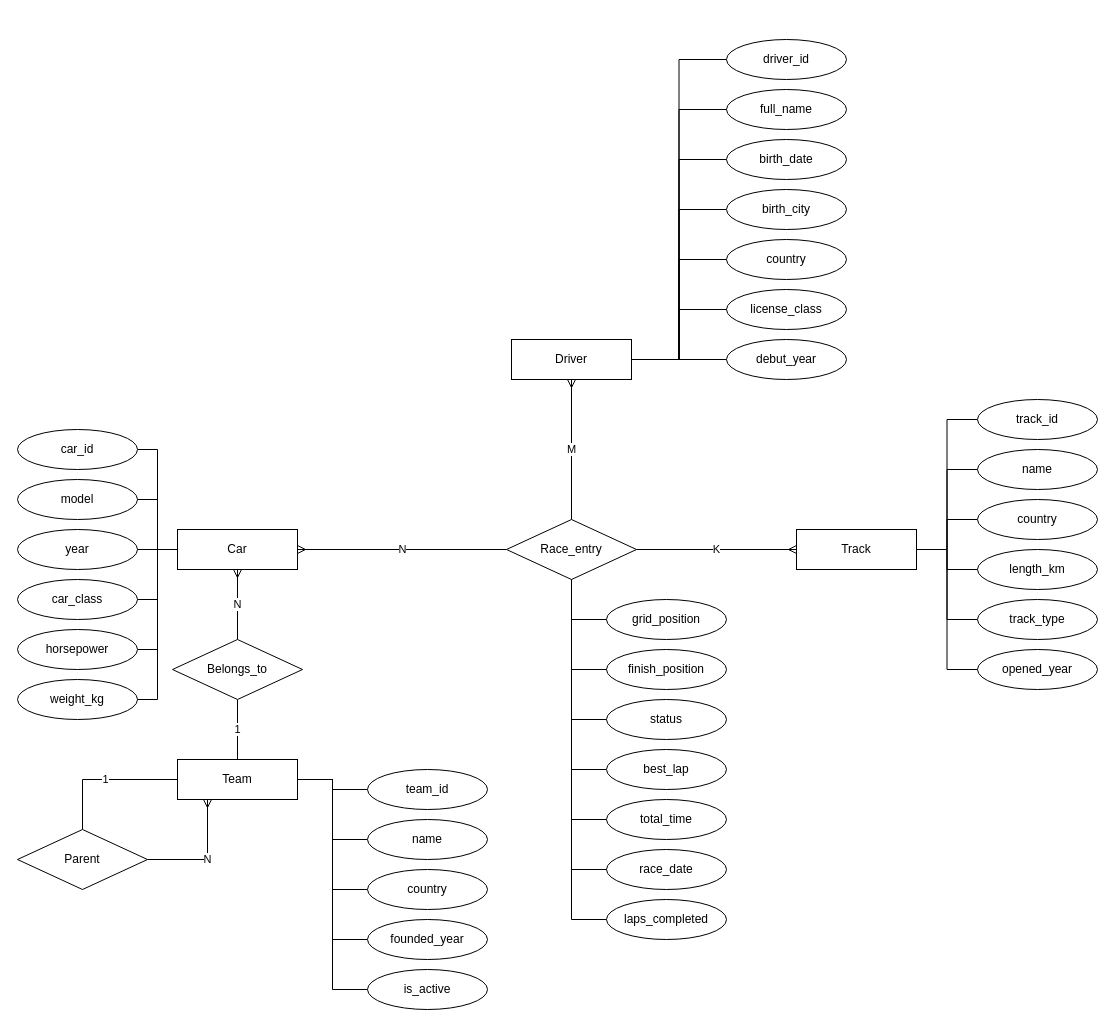
This is racing-erd.drawio from swilldi/bmstu-sem5-database, a draw.io file, before an edit. Source tidied: cells renumbered, new cells numbered last; positions are measured from the earlier drawing's top-left corner, leaving out a move shared by most shapes. Both pictures are drawn from the tidied source at 100%, with x=0, y=0 at pixel (17, 39).
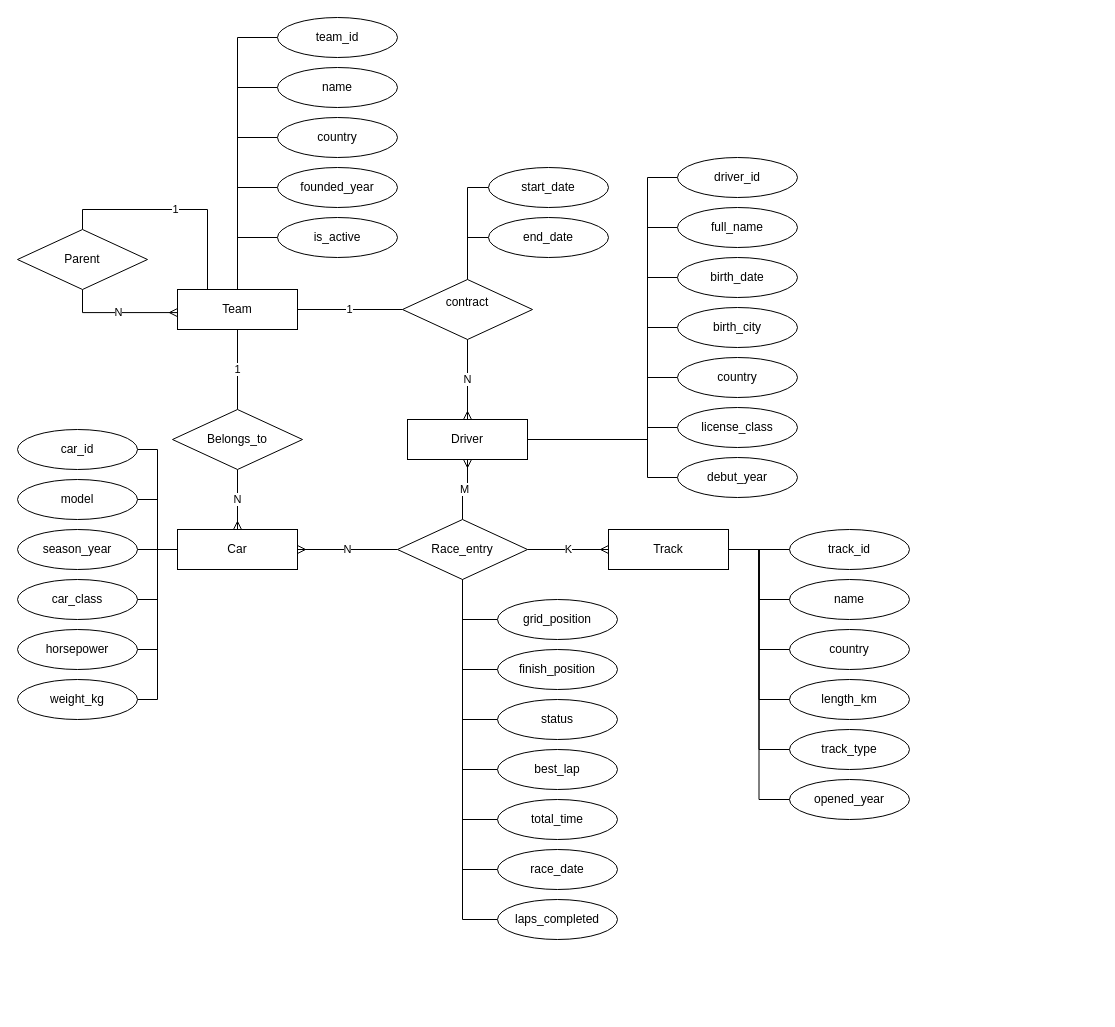
The same diagram, later.

The change refers to these unchanged cells:
```xml
<mxCell id="39" value="Car" style="rounded=0;whiteSpace=wrap;html=1;" parent="1" vertex="1">
  <mxGeometry x="160" y="490" width="120" height="40" as="geometry" />
</mxCell>
```

Change to the diagram source:
```diff
@@
-    <mxCell id="5" value="N" style="edgeStyle=orthogonalEdgeStyle;rounded=0;jettySize=auto;html=1;entryX=0.5;entryY=0;entryDx=0;entryDy=0;endArrow=none;endFill=0;startArrow=ERmany;startFill=0;labelBackgroundColor=default;" parent="1" edge="1" source="39" target="45">
+    <mxCell id="5" value="N" style="edgeStyle=orthogonalEdgeStyle;rounded=0;jettySize=auto;html=1;exitX=0.5;exitY=0;exitDx=0;exitDy=0;entryX=0.5;entryY=1;entryDx=0;entryDy=0;endArrow=none;endFill=0;startArrow=ERmany;startFill=0;labelBackgroundColor=default;" parent="1" edge="1" source="39" target="45">
       <mxGeometry relative="1" as="geometry" />
     </mxCell>
-    <mxCell id="6" value="1" style="edgeStyle=orthogonalEdgeStyle;rounded=0;jettySize=auto;html=1;entryX=0.5;entryY=0;entryDx=0;entryDy=0;endArrow=none;endFill=0;labelBackgroundColor=default;" parent="1" edge="1" source="45" target="41">
+    <mxCell id="6" value="1" style="edgeStyle=orthogonalEdgeStyle;rounded=0;jettySize=auto;html=1;exitX=0.5;exitY=0;exitDx=0;exitDy=0;entryX=0.5;entryY=1;entryDx=0;entryDy=0;endArrow=none;endFill=0;labelBackgroundColor=default;" parent="1" edge="1" source="45" target="41">
       <mxGeometry relative="1" as="geometry" />
     </mxCell>
-    <mxCell id="7" value="N" style="edgeStyle=orthogonalEdgeStyle;rounded=0;jettySize=auto;html=1;exitX=0.25;exitY=1;exitDx=0;exitDy=0;entryX=1;entryY=0.5;entryDx=0;entryDy=0;endArrow=none;endFill=0;startArrow=ERmany;startFill=0;labelBackgroundColor=default;" parent="1" edge="1" source="41" target="46">
+    <mxCell id="7" value="N" style="edgeStyle=orthogonalEdgeStyle;rounded=0;jettySize=auto;html=1;exitX=-0.001;exitY=0.577;exitDx=0;exitDy=0;entryX=0.5;entryY=1;entryDx=0;entryDy=0;endArrow=none;endFill=0;startArrow=ERmany;startFill=0;labelBackgroundColor=default;exitPerimeter=0;" parent="1" edge="1" source="41" target="46">
       <mxGeometry relative="1" as="geometry" />
     </mxCell>
-    <mxCell id="8" value="1" style="edgeStyle=orthogonalEdgeStyle;rounded=0;jettySize=auto;html=1;exitX=0.5;exitY=0;exitDx=0;exitDy=0;entryX=0;entryY=0.5;entryDx=0;entryDy=0;endArrow=none;endFill=0;labelBackgroundColor=default;" parent="1" edge="1" source="46" target="41">
+    <mxCell id="8" value="1" style="edgeStyle=orthogonalEdgeStyle;rounded=0;jettySize=auto;html=1;exitX=0.5;exitY=0;exitDx=0;exitDy=0;entryX=0.25;entryY=0;entryDx=0;entryDy=0;endArrow=none;endFill=0;labelBackgroundColor=default;" parent="1" edge="1" source="46" target="41">
       <mxGeometry relative="1" as="geometry" />
     </mxCell>
     <mxCell id="9" style="edgeStyle=orthogonalEdgeStyle;rounded=0;jettySize=auto;html=1;entryX=0;entryY=0.5;entryDx=0;entryDy=0;endArrow=none;endFill=0;" parent="1" edge="1" source="38" target="47">
-      <mxGeometry relative="1" as="geometry" />
+      <mxGeometry relative="1" as="geometry">
+        <Array as="points">
+          <mxPoint x="630" y="400" />
+          <mxPoint x="630" y="138" />
+        </Array>
+      </mxGeometry>
     </mxCell>
     <mxCell id="10" style="edgeStyle=orthogonalEdgeStyle;rounded=0;jettySize=auto;html=1;entryX=0;entryY=0.5;entryDx=0;entryDy=0;endArrow=none;endFill=0;" parent="1" edge="1" source="38" target="48">
-      <mxGeometry relative="1" as="geometry" />
+      <mxGeometry relative="1" as="geometry">
+        <Array as="points">
+          <mxPoint x="630" y="400" />
+          <mxPoint x="630" y="188" />
+        </Array>
+      </mxGeometry>
     </mxCell>
     <mxCell id="11" style="edgeStyle=orthogonalEdgeStyle;rounded=0;jettySize=auto;html=1;entryX=0;entryY=0.5;entryDx=0;entryDy=0;endArrow=none;endFill=0;" parent="1" edge="1" source="38" target="49">
-      <mxGeometry relative="1" as="geometry" />
+      <mxGeometry relative="1" as="geometry">
+        <Array as="points">
+          <mxPoint x="630" y="400" />
+          <mxPoint x="630" y="238" />
+        </Array>
+      </mxGeometry>
     </mxCell>
     <mxCell id="12" style="edgeStyle=orthogonalEdgeStyle;rounded=0;jettySize=auto;html=1;entryX=0;entryY=0.5;entryDx=0;entryDy=0;endArrow=none;endFill=0;" parent="1" edge="1" source="38" target="50">
-      <mxGeometry relative="1" as="geometry" />
+      <mxGeometry relative="1" as="geometry">
+        <Array as="points">
+          <mxPoint x="630" y="400" />
+          <mxPoint x="630" y="288" />
+        </Array>
+      </mxGeometry>
     </mxCell>
     <mxCell id="13" style="edgeStyle=orthogonalEdgeStyle;rounded=0;jettySize=auto;html=1;entryX=0;entryY=0.5;entryDx=0;entryDy=0;endArrow=none;endFill=0;" parent="1" edge="1" source="38" target="51">
-      <mxGeometry relative="1" as="geometry" />
+      <mxGeometry relative="1" as="geometry">
+        <Array as="points">
+          <mxPoint x="630" y="400" />
+          <mxPoint x="630" y="338" />
+        </Array>
+      </mxGeometry>
     </mxCell>
     <mxCell id="14" style="edgeStyle=orthogonalEdgeStyle;rounded=0;jettySize=auto;html=1;entryX=0;entryY=0.5;entryDx=0;entryDy=0;endArrow=none;endFill=0;" parent="1" edge="1" source="38" target="52">
-      <mxGeometry relative="1" as="geometry" />
+      <mxGeometry relative="1" as="geometry">
+        <Array as="points">
+          <mxPoint x="630" y="400" />
+          <mxPoint x="630" y="388" />
+        </Array>
+      </mxGeometry>
     </mxCell>
     <mxCell id="15" style="edgeStyle=orthogonalEdgeStyle;rounded=0;jettySize=auto;html=1;entryX=0;entryY=0.5;entryDx=0;entryDy=0;endArrow=none;endFill=0;" parent="1" edge="1" source="38" target="53">
-      <mxGeometry relative="1" as="geometry" />
+      <mxGeometry relative="1" as="geometry">
+        <Array as="points">
+          <mxPoint x="630" y="400" />
+          <mxPoint x="630" y="438" />
+        </Array>
+      </mxGeometry>
     </mxCell>
@@
-    <mxCell id="28" style="edgeStyle=orthogonalEdgeStyle;rounded=0;jettySize=auto;html=1;entryX=0;entryY=0.5;entryDx=0;entryDy=0;endArrow=none;endFill=0;" parent="1" edge="1" source="41" target="66">
+    <mxCell id="28" style="edgeStyle=orthogonalEdgeStyle;rounded=0;jettySize=auto;html=1;exitX=0.5;exitY=0;exitDx=0;exitDy=0;entryX=0;entryY=0.5;entryDx=0;entryDy=0;endArrow=none;endFill=0;" parent="1" edge="1" source="41" target="66">
       <mxGeometry relative="1" as="geometry" />
     </mxCell>
-    <mxCell id="29" style="edgeStyle=orthogonalEdgeStyle;rounded=0;jettySize=auto;html=1;entryX=0;entryY=0.5;entryDx=0;entryDy=0;endArrow=none;endFill=0;" parent="1" edge="1" source="41" target="67">
+    <mxCell id="29" style="edgeStyle=orthogonalEdgeStyle;rounded=0;jettySize=auto;html=1;exitX=0.5;exitY=0;exitDx=0;exitDy=0;entryX=0;entryY=0.5;entryDx=0;entryDy=0;endArrow=none;endFill=0;" parent="1" edge="1" source="41" target="67">
       <mxGeometry relative="1" as="geometry" />
     </mxCell>
-    <mxCell id="30" style="edgeStyle=orthogonalEdgeStyle;rounded=0;jettySize=auto;html=1;entryX=0;entryY=0.5;entryDx=0;entryDy=0;endArrow=none;endFill=0;" parent="1" edge="1" source="41" target="68">
+    <mxCell id="30" style="edgeStyle=orthogonalEdgeStyle;rounded=0;jettySize=auto;html=1;exitX=0.5;exitY=0;exitDx=0;exitDy=0;entryX=0;entryY=0.5;entryDx=0;entryDy=0;endArrow=none;endFill=0;" parent="1" edge="1" source="41" target="68">
       <mxGeometry relative="1" as="geometry" />
     </mxCell>
-    <mxCell id="31" style="edgeStyle=orthogonalEdgeStyle;rounded=0;jettySize=auto;html=1;entryX=0;entryY=0.5;entryDx=0;entryDy=0;endArrow=none;endFill=0;" parent="1" edge="1" source="41" target="69">
+    <mxCell id="31" style="edgeStyle=orthogonalEdgeStyle;rounded=0;jettySize=auto;html=1;exitX=0.5;exitY=0;exitDx=0;exitDy=0;entryX=0;entryY=0.5;entryDx=0;entryDy=0;endArrow=none;endFill=0;" parent="1" edge="1" source="41" target="69">
       <mxGeometry relative="1" as="geometry" />
     </mxCell>
-    <mxCell id="32" style="edgeStyle=orthogonalEdgeStyle;rounded=0;jettySize=auto;html=1;entryX=0;entryY=0.5;entryDx=0;entryDy=0;endArrow=none;endFill=0;" parent="1" edge="1" source="41" target="70">
+    <mxCell id="32" style="edgeStyle=orthogonalEdgeStyle;rounded=0;jettySize=auto;html=1;exitX=0.5;exitY=0;exitDx=0;exitDy=0;entryX=0;entryY=0.5;entryDx=0;entryDy=0;endArrow=none;endFill=0;" parent="1" edge="1" source="41" target="70">
       <mxGeometry relative="1" as="geometry" />
     </mxCell>
     <mxCell id="33" style="edgeStyle=orthogonalEdgeStyle;rounded=0;jettySize=auto;html=1;entryX=0;entryY=0.5;entryDx=0;entryDy=0;endArrow=none;endFill=0;exitX=0.5;exitY=1;exitDx=0;exitDy=0;" parent="1" edge="1" source="44" target="73">
       <mxGeometry relative="1" as="geometry">
         <Array as="points">
-          <mxPoint x="554" y="580" />
+          <mxPoint x="445" y="580" />
         </Array>
       </mxGeometry>
     </mxCell>
     <mxCell id="34" style="edgeStyle=orthogonalEdgeStyle;rounded=0;jettySize=auto;html=1;entryX=0;entryY=0.5;entryDx=0;entryDy=0;endArrow=none;endFill=0;exitX=0.5;exitY=1;exitDx=0;exitDy=0;" parent="1" edge="1" source="44" target="74">
       <mxGeometry relative="1" as="geometry">
         <Array as="points">
-          <mxPoint x="554" y="630" />
+          <mxPoint x="445" y="630" />
         </Array>
       </mxGeometry>
     </mxCell>
     <mxCell id="35" style="edgeStyle=orthogonalEdgeStyle;rounded=0;jettySize=auto;html=1;entryX=0;entryY=0.5;entryDx=0;entryDy=0;endArrow=none;endFill=0;exitX=0.5;exitY=1;exitDx=0;exitDy=0;" parent="1" edge="1" source="44" target="75">
       <mxGeometry relative="1" as="geometry">
         <Array as="points">
-          <mxPoint x="554" y="680" />
+          <mxPoint x="445" y="680" />
         </Array>
       </mxGeometry>
     </mxCell>
     <mxCell id="36" style="edgeStyle=orthogonalEdgeStyle;rounded=0;jettySize=auto;html=1;entryX=0;entryY=0.5;entryDx=0;entryDy=0;endArrow=none;endFill=0;exitX=0.5;exitY=1;exitDx=0;exitDy=0;" parent="1" edge="1" source="44" target="76">
       <mxGeometry relative="1" as="geometry">
         <Array as="points">
-          <mxPoint x="554" y="730" />
+          <mxPoint x="445" y="730" />
         </Array>
       </mxGeometry>
     </mxCell>
     <mxCell id="37" style="edgeStyle=orthogonalEdgeStyle;rounded=0;jettySize=auto;html=1;entryX=0;entryY=0.5;entryDx=0;entryDy=0;endArrow=none;endFill=0;" parent="1" edge="1" source="44" target="77">
       <mxGeometry relative="1" as="geometry">
         <Array as="points">
-          <mxPoint x="554" y="780" />
+          <mxPoint x="445" y="780" />
         </Array>
       </mxGeometry>
     </mxCell>
     <mxCell id="38" value="Driver" style="rounded=0;whiteSpace=wrap;html=1;" parent="1" vertex="1">
-      <mxGeometry x="494" y="300" width="120" height="40" as="geometry" />
+      <mxGeometry x="390" y="380" width="120" height="40" as="geometry" />
     </mxCell>
@@
     <mxCell id="40" value="Track" style="rounded=0;whiteSpace=wrap;html=1;" parent="1" vertex="1">
-      <mxGeometry x="779" y="490" width="120" height="40" as="geometry" />
+      <mxGeometry x="591" y="490" width="120" height="40" as="geometry" />
     </mxCell>
     <mxCell id="41" value="Team" style="rounded=0;whiteSpace=wrap;html=1;" parent="1" vertex="1">
-      <mxGeometry x="160" y="720" width="120" height="40" as="geometry" />
+      <mxGeometry x="160" y="250" width="120" height="40" as="geometry" />
     </mxCell>
@@
     <mxCell id="44" value="&lt;div&gt;Race_entry&lt;/div&gt;" style="rhombus;whiteSpace=wrap;html=1;shapeInside=1;" parent="1" vertex="1">
-      <mxGeometry x="489" y="480" width="130" height="60" as="geometry" />
+      <mxGeometry x="380" y="480" width="130" height="60" as="geometry" />
     </mxCell>
     <mxCell id="45" value="&lt;div&gt;Belongs_to&lt;/div&gt;" style="rhombus;whiteSpace=wrap;html=1;shapeInside=1;" parent="1" vertex="1">
-      <mxGeometry x="155" y="600" width="130" height="60" as="geometry" />
+      <mxGeometry x="155" y="370" width="130" height="60" as="geometry" />
     </mxCell>
     <mxCell id="46" value="&lt;div&gt;Parent&lt;/div&gt;" style="rhombus;whiteSpace=wrap;html=1;shapeInside=1;" parent="1" vertex="1">
-      <mxGeometry y="790" width="130" height="60" as="geometry" />
+      <mxGeometry y="190" width="130" height="60" as="geometry" />
     </mxCell>
     <mxCell id="47" value="driver_id" style="ellipse;whiteSpace=wrap;html=1;shapeInside=1;rounded=0;" parent="1" vertex="1">
-      <mxGeometry x="709" width="120" height="40" as="geometry" />
+      <mxGeometry x="660" y="118" width="120" height="40" as="geometry" />
     </mxCell>
     <mxCell id="48" value="full_name" style="ellipse;whiteSpace=wrap;html=1;shapeInside=1;rounded=0;" parent="1" vertex="1">
-      <mxGeometry x="709" y="50" width="120" height="40" as="geometry" />
+      <mxGeometry x="660" y="168" width="120" height="40" as="geometry" />
     </mxCell>
     <mxCell id="49" value="birth_date" style="ellipse;whiteSpace=wrap;html=1;shapeInside=1;rounded=0;" parent="1" vertex="1">
-      <mxGeometry x="709" y="100" width="120" height="40" as="geometry" />
+      <mxGeometry x="660" y="218" width="120" height="40" as="geometry" />
     </mxCell>
     <mxCell id="50" value="birth_city" style="ellipse;whiteSpace=wrap;html=1;shapeInside=1;rounded=0;" parent="1" vertex="1">
-      <mxGeometry x="709" y="150" width="120" height="40" as="geometry" />
+      <mxGeometry x="660" y="268" width="120" height="40" as="geometry" />
     </mxCell>
     <mxCell id="51" value="country" style="ellipse;whiteSpace=wrap;html=1;shapeInside=1;rounded=0;" parent="1" vertex="1">
-      <mxGeometry x="709" y="200" width="120" height="40" as="geometry" />
+      <mxGeometry x="660" y="318" width="120" height="40" as="geometry" />
     </mxCell>
     <mxCell id="52" value="license_class" style="ellipse;whiteSpace=wrap;html=1;shapeInside=1;rounded=0;" parent="1" vertex="1">
-      <mxGeometry x="709" y="250" width="120" height="40" as="geometry" />
+      <mxGeometry x="660" y="368" width="120" height="40" as="geometry" />
     </mxCell>
     <mxCell id="53" value="debut_year" style="ellipse;whiteSpace=wrap;html=1;shapeInside=1;rounded=0;" parent="1" vertex="1">
-      <mxGeometry x="709" y="300" width="120" height="40" as="geometry" />
+      <mxGeometry x="660" y="418" width="120" height="40" as="geometry" />
     </mxCell>
@@
-    <mxCell id="56" value="year" style="ellipse;whiteSpace=wrap;html=1;shapeInside=1;rounded=0;" parent="1" vertex="1">
+    <mxCell id="56" value="season_year" style="ellipse;whiteSpace=wrap;html=1;shapeInside=1;rounded=0;" parent="1" vertex="1">
       <mxGeometry y="490" width="120" height="40" as="geometry" />
     </mxCell>
@@
     <mxCell id="60" value="track_id" style="ellipse;whiteSpace=wrap;html=1;shapeInside=1;rounded=0;" parent="1" vertex="1">
-      <mxGeometry x="960" y="360" width="120" height="40" as="geometry" />
+      <mxGeometry x="772" y="490" width="120" height="40" as="geometry" />
     </mxCell>
     <mxCell id="61" value="name" style="ellipse;whiteSpace=wrap;html=1;shapeInside=1;rounded=0;" parent="1" vertex="1">
-      <mxGeometry x="960" y="410" width="120" height="40" as="geometry" />
+      <mxGeometry x="772" y="540" width="120" height="40" as="geometry" />
     </mxCell>
     <mxCell id="62" value="country" style="ellipse;whiteSpace=wrap;html=1;shapeInside=1;rounded=0;" parent="1" vertex="1">
-      <mxGeometry x="960" y="460" width="120" height="40" as="geometry" />
+      <mxGeometry x="772" y="590" width="120" height="40" as="geometry" />
     </mxCell>
     <mxCell id="63" value="length_km" style="ellipse;whiteSpace=wrap;html=1;shapeInside=1;rounded=0;" parent="1" vertex="1">
-      <mxGeometry x="960" y="510" width="120" height="40" as="geometry" />
+      <mxGeometry x="772" y="640" width="120" height="40" as="geometry" />
     </mxCell>
     <mxCell id="64" value="track_type" style="ellipse;whiteSpace=wrap;html=1;shapeInside=1;rounded=0;" parent="1" vertex="1">
-      <mxGeometry x="960" y="560" width="120" height="40" as="geometry" />
+      <mxGeometry x="772" y="690" width="120" height="40" as="geometry" />
     </mxCell>
     <mxCell id="65" value="opened_year" style="ellipse;whiteSpace=wrap;html=1;shapeInside=1;rounded=0;" parent="1" vertex="1">
-      <mxGeometry x="960" y="610" width="120" height="40" as="geometry" />
+      <mxGeometry x="772" y="740" width="120" height="40" as="geometry" />
     </mxCell>
     <mxCell id="66" value="team_id" style="ellipse;whiteSpace=wrap;html=1;shapeInside=1;rounded=0;" parent="1" vertex="1">
-      <mxGeometry x="350" y="730" width="120" height="40" as="geometry" />
+      <mxGeometry x="260" y="-22" width="120" height="40" as="geometry" />
     </mxCell>
     <mxCell id="67" value="name" style="ellipse;whiteSpace=wrap;html=1;shapeInside=1;rounded=0;" parent="1" vertex="1">
-      <mxGeometry x="350" y="780" width="120" height="40" as="geometry" />
+      <mxGeometry x="260" y="28" width="120" height="40" as="geometry" />
     </mxCell>
     <mxCell id="68" value="country" style="ellipse;whiteSpace=wrap;html=1;shapeInside=1;rounded=0;" parent="1" vertex="1">
-      <mxGeometry x="350" y="830" width="120" height="40" as="geometry" />
+      <mxGeometry x="260" y="78" width="120" height="40" as="geometry" />
     </mxCell>
     <mxCell id="69" value="founded_year" style="ellipse;whiteSpace=wrap;html=1;shapeInside=1;rounded=0;" parent="1" vertex="1">
-      <mxGeometry x="350" y="880" width="120" height="40" as="geometry" />
+      <mxGeometry x="260" y="128" width="120" height="40" as="geometry" />
     </mxCell>
     <mxCell id="70" value="is_active" style="ellipse;whiteSpace=wrap;html=1;shapeInside=1;rounded=0;" parent="1" vertex="1">
-      <mxGeometry x="350" y="930" width="120" height="40" as="geometry" />
+      <mxGeometry x="260" y="178" width="120" height="40" as="geometry" />
     </mxCell>
     <mxCell id="71" value="race_date" style="ellipse;whiteSpace=wrap;html=1;shapeInside=1;rounded=0;" parent="1" vertex="1">
-      <mxGeometry x="589" y="810" width="120" height="40" as="geometry" />
+      <mxGeometry x="480" y="810" width="120" height="40" as="geometry" />
     </mxCell>
     <mxCell id="72" value="laps_completed" style="ellipse;whiteSpace=wrap;html=1;shapeInside=1;rounded=0;" parent="1" vertex="1">
-      <mxGeometry x="589" y="860" width="120" height="40" as="geometry" />
+      <mxGeometry x="480" y="860" width="120" height="40" as="geometry" />
     </mxCell>
     <mxCell id="73" value="grid_position" style="ellipse;whiteSpace=wrap;html=1;shapeInside=1;rounded=0;" parent="1" vertex="1">
-      <mxGeometry x="589" y="560" width="120" height="40" as="geometry" />
+      <mxGeometry x="480" y="560" width="120" height="40" as="geometry" />
     </mxCell>
     <mxCell id="74" value="finish_position" style="ellipse;whiteSpace=wrap;html=1;shapeInside=1;rounded=0;" parent="1" vertex="1">
-      <mxGeometry x="589" y="610" width="120" height="40" as="geometry" />
+      <mxGeometry x="480" y="610" width="120" height="40" as="geometry" />
     </mxCell>
     <mxCell id="75" value="status" style="ellipse;whiteSpace=wrap;html=1;shapeInside=1;rounded=0;" parent="1" vertex="1">
-      <mxGeometry x="589" y="660" width="120" height="40" as="geometry" />
+      <mxGeometry x="480" y="660" width="120" height="40" as="geometry" />
     </mxCell>
     <mxCell id="76" value="best_lap" style="ellipse;whiteSpace=wrap;html=1;shapeInside=1;rounded=0;" parent="1" vertex="1">
-      <mxGeometry x="589" y="710" width="120" height="40" as="geometry" />
+      <mxGeometry x="480" y="710" width="120" height="40" as="geometry" />
     </mxCell>
     <mxCell id="77" value="total_time" style="ellipse;whiteSpace=wrap;html=1;shapeInside=1;rounded=0;" parent="1" vertex="1">
-      <mxGeometry x="589" y="760" width="120" height="40" as="geometry" />
+      <mxGeometry x="480" y="760" width="120" height="40" as="geometry" />
     </mxCell>
+    <mxCell id="78" style="edgeStyle=orthogonalEdgeStyle;html=1;entryX=0;entryY=0.5;entryDx=0;entryDy=0;endArrow=none;endFill=0;rounded=0;curved=0;" parent="1" edge="1" source="80" target="84">
+      <mxGeometry relative="1" as="geometry" />
+    </mxCell>
+    <mxCell id="79" style="edgeStyle=orthogonalEdgeStyle;html=1;entryX=0;entryY=0.5;entryDx=0;entryDy=0;endArrow=none;endFill=0;rounded=0;" parent="1" edge="1" source="80" target="83">
+      <mxGeometry relative="1" as="geometry" />
+    </mxCell>
+    <mxCell id="80" value="contract&lt;div&gt;&lt;br/&gt;&lt;/div&gt;" style="rhombus;whiteSpace=wrap;html=1;shapeInside=1;" parent="1" vertex="1">
+      <mxGeometry x="385" y="240" width="130" height="60" as="geometry" />
+    </mxCell>
+    <mxCell id="81" value="N" style="edgeStyle=orthogonalEdgeStyle;rounded=0;jettySize=auto;html=1;exitX=0.5;exitY=0;exitDx=0;exitDy=0;entryX=0.5;entryY=1;entryDx=0;entryDy=0;endArrow=none;endFill=0;startArrow=ERmany;startFill=0;labelBackgroundColor=default;" parent="1" edge="1" source="38" target="80">
+      <mxGeometry relative="1" as="geometry" />
+    </mxCell>
+    <mxCell id="82" value="1" style="edgeStyle=orthogonalEdgeStyle;rounded=0;jettySize=auto;html=1;exitX=0;exitY=0.5;exitDx=0;exitDy=0;entryX=1;entryY=0.5;entryDx=0;entryDy=0;endArrow=none;endFill=0;labelBackgroundColor=default;" parent="1" edge="1" source="80" target="41">
+      <mxGeometry relative="1" as="geometry" />
+    </mxCell>
+    <mxCell id="83" value="start_date" style="ellipse;whiteSpace=wrap;html=1;shapeInside=1;rounded=0;" parent="1" vertex="1">
+      <mxGeometry x="471" y="128" width="120" height="40" as="geometry" />
+    </mxCell>
+    <mxCell id="84" value="end_date" style="ellipse;whiteSpace=wrap;html=1;shapeInside=1;rounded=0;" parent="1" vertex="1">
+      <mxGeometry x="471" y="178" width="120" height="40" as="geometry" />
+    </mxCell>
```
